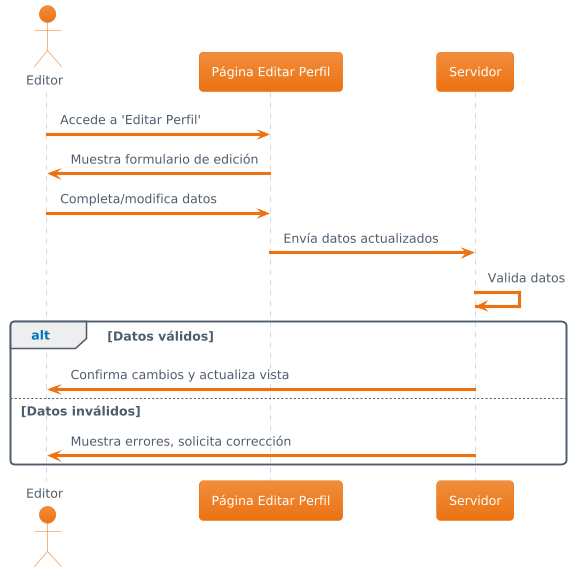
Before: Diagramas/Diagrama de secuencia.png, a diagram exported from PlantUML (tebareinyu/Curriculum_Vitae).
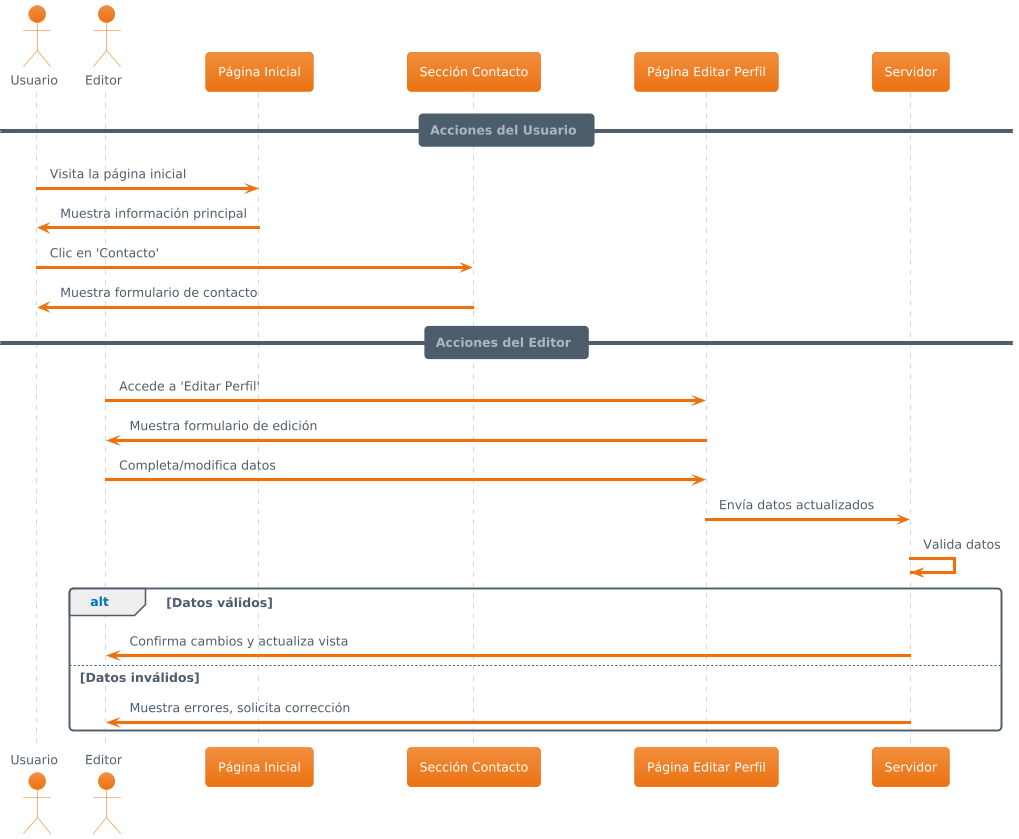
After the commit.

The edit, as a diff of the source:
```diff
@@ -1,9 +1,20 @@
 @startuml
 !theme aws-orange
+actor Usuario
 actor Editor
+participant "Página Inicial" as Home
+participant "Sección Contacto" as Contact
 participant "Página Editar Perfil" as EditPage
 participant "Servidor" as Server
 
+== Acciones del Usuario ==
+Usuario -> Home: Visita la página inicial
+Home -> Usuario: Muestra información principal
+
+Usuario -> Contact: Clic en 'Contacto'
+Contact -> Usuario: Muestra formulario de contacto
+
+== Acciones del Editor ==
 Editor -> EditPage: Accede a 'Editar Perfil'
 EditPage -> Editor: Muestra formulario de edición
 
```
